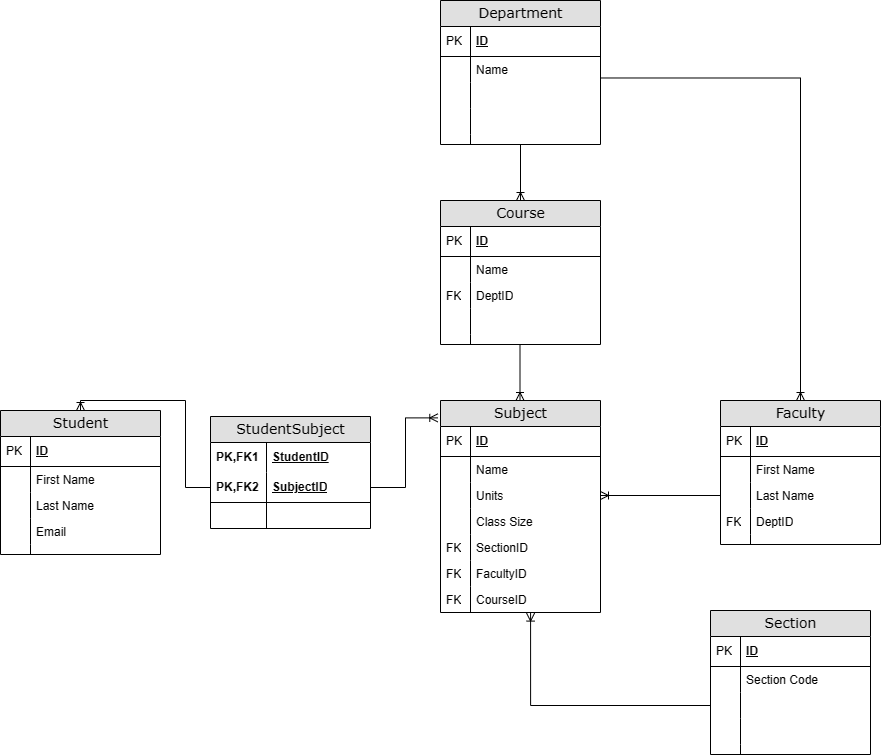
16N1K4/StudentEnrollmentSystem keeps this draw.io diagram as Documents/erd.png. Above is the earlier version. Source tidied: cells renumbered, new cells last; positions are measured from the earlier drawing's top-left corner, leaving out a move shared by most shapes.
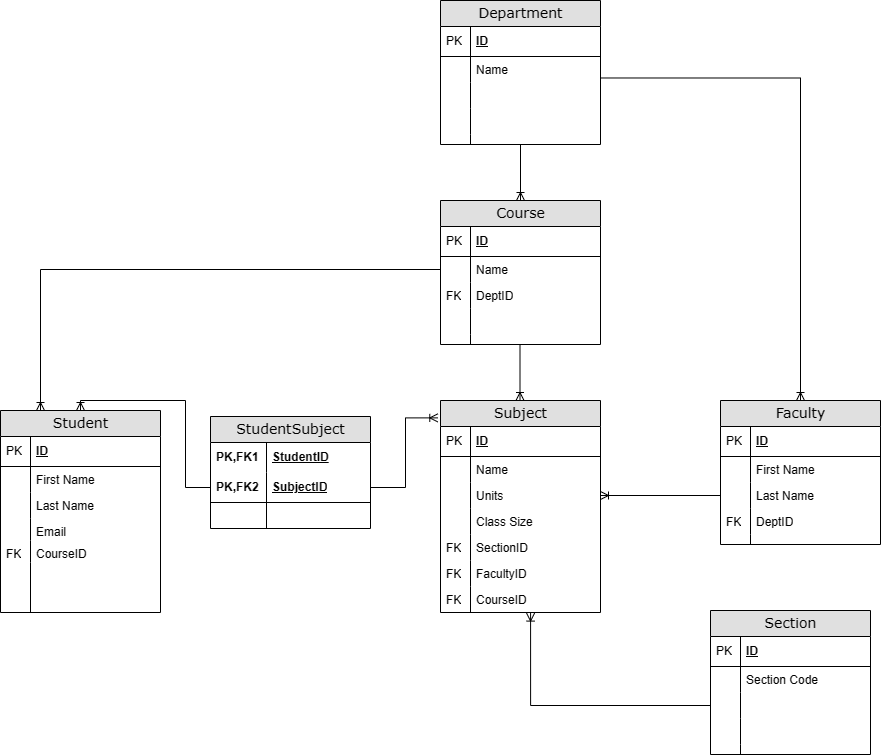
Above is the later version.

What changed in the source:
```diff
@@ -135,7 +135,7 @@
       <mxGeometry width="56" height="26" as="geometry" />
     </mxCell>
     <mxCell id="46" value="Student" style="swimlane;html=1;fontStyle=0;horizontal=1;startSize=26;fillColor=#e0e0e0;swimlaneFillColor=#ffffff;align=center;rounded=0;shadow=0;comic=0;labelBackgroundColor=none;strokeWidth=1;fontFamily=Verdana;fontSize=14;" parent="1" vertex="1">
-      <mxGeometry y="410" width="160" height="144" as="geometry" />
+      <mxGeometry y="410" width="160" height="202" as="geometry" />
     </mxCell>
     <mxCell id="47" value="ID" style="shape=partialRectangle;top=0;left=0;right=0;bottom=1;html=1;align=left;verticalAlign=middle;fillColor=none;spacingLeft=34;spacingRight=4;whiteSpace=wrap;overflow=hidden;fontStyle=5;" parent="46" vertex="1">
       <mxGeometry y="26" width="160" height="30" as="geometry" />
@@ -156,16 +156,22 @@
       <mxGeometry width="30" height="26" as="geometry" />
     </mxCell>
     <mxCell id="53" value="Email" style="shape=partialRectangle;top=0;left=0;right=0;bottom=0;html=1;align=left;verticalAlign=top;fillColor=none;spacingLeft=34;spacingRight=4;whiteSpace=wrap;overflow=hidden;" parent="46" vertex="1">
-      <mxGeometry y="108" width="160" height="26" as="geometry" />
+      <mxGeometry y="108" width="160" height="22" as="geometry" />
     </mxCell>
     <mxCell id="54" style="shape=partialRectangle;top=0;left=0;bottom=0;html=1;fillColor=none;align=left;verticalAlign=top;spacingLeft=4;spacingRight=4;whiteSpace=wrap;overflow=hidden;" parent="53" vertex="1">
-      <mxGeometry width="30" height="26" as="geometry" />
+      <mxGeometry width="30" height="22" as="geometry" />
     </mxCell>
+    <mxCell id="86" value="CourseID" style="shape=partialRectangle;top=0;left=0;right=0;bottom=0;html=1;align=left;verticalAlign=top;fillColor=none;spacingLeft=34;spacingRight=4;whiteSpace=wrap;overflow=hidden;" parent="46" vertex="1">
+      <mxGeometry y="130" width="160" height="22" as="geometry" />
+    </mxCell>
+    <mxCell id="87" value="FK" style="shape=partialRectangle;top=0;left=0;bottom=0;html=1;fillColor=none;align=left;verticalAlign=top;spacingLeft=4;spacingRight=4;whiteSpace=wrap;overflow=hidden;" parent="86" vertex="1">
+      <mxGeometry width="30" height="22" as="geometry" />
+    </mxCell>
     <mxCell id="55" style="shape=partialRectangle;top=0;left=0;right=0;bottom=0;html=1;align=left;verticalAlign=top;fillColor=none;spacingLeft=34;spacingRight=4;whiteSpace=wrap;overflow=hidden;" parent="46" vertex="1">
-      <mxGeometry y="134" width="160" height="10" as="geometry" />
+      <mxGeometry y="152" width="160" height="50" as="geometry" />
     </mxCell>
     <mxCell id="56" style="shape=partialRectangle;top=0;left=0;bottom=0;html=1;fillColor=none;align=left;verticalAlign=top;spacingLeft=4;spacingRight=4;whiteSpace=wrap;overflow=hidden;" parent="55" vertex="1">
-      <mxGeometry width="30" height="10" as="geometry" />
+      <mxGeometry width="30" height="50" as="geometry" />
     </mxCell>
     <mxCell id="57" value="Faculty" style="swimlane;html=1;fontStyle=0;horizontal=1;startSize=26;fillColor=#e0e0e0;swimlaneFillColor=#ffffff;align=center;rounded=0;shadow=0;comic=0;labelBackgroundColor=none;strokeWidth=1;fontFamily=Verdana;fontSize=14;" parent="1" vertex="1">
       <mxGeometry x="720" y="400" width="160" height="144" as="geometry" />
@@ -257,5 +263,8 @@
     <mxCell id="85" style="fontSize=12;html=1;endArrow=ERoneToMany;rounded=0;entryX=0.563;entryY=1.023;entryDx=0;entryDy=0;exitX=0;exitY=0.5;exitDx=0;exitDy=0;entryPerimeter=0;edgeStyle=orthogonalEdgeStyle;" parent="1" edge="1" source="79" target="26">
       <mxGeometry relative="1" as="geometry" />
     </mxCell>
+    <mxCell id="88" style="fontSize=12;html=1;endArrow=ERoneToMany;rounded=0;entryX=0.25;entryY=0;entryDx=0;entryDy=0;exitX=0;exitY=0.5;exitDx=0;exitDy=0;edgeStyle=orthogonalEdgeStyle;" parent="1" edge="1" source="31" target="46">
+      <mxGeometry relative="1" as="geometry" />
+    </mxCell>
   </root>
 </mxGraphModel>
```
